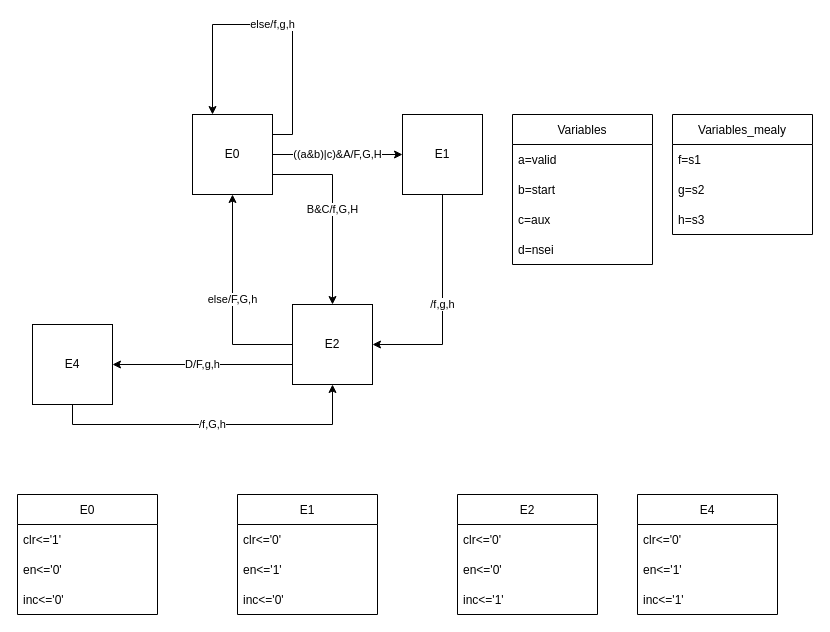
The draw.io diagram page "Page-3" (3 of 4) of Untitled Diagram.drawio in Chewilog/FSM_GEN, before the edit. Source tidied: cells renumbered, new cells numbered last; positions are measured from the earlier drawing's top-left corner, leaving out a move shared by most shapes. Both pictures are drawn from the tidied source at 100%, with x=0, y=0 at pixel (17, 24).
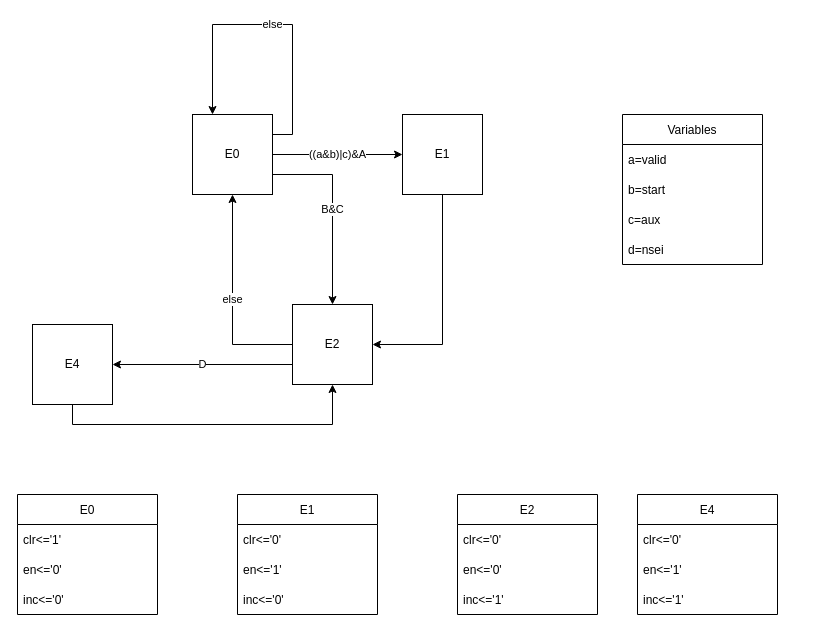
The same page after the edit.

The change refers to these unchanged cells:
```xml
<mxCell id="3" value="E0" style="whiteSpace=wrap;html=1;" parent="1" vertex="1">
  <mxGeometry x="175" y="90" width="80" height="80" as="geometry" />
</mxCell>
<mxCell id="5" value="E1" style="whiteSpace=wrap;html=1;" parent="1" vertex="1">
  <mxGeometry x="385" y="90" width="80" height="80" as="geometry" />
</mxCell>
<mxCell id="9" value="E2" style="whiteSpace=wrap;html=1;" parent="1" vertex="1">
  <mxGeometry x="275" y="280" width="80" height="80" as="geometry" />
</mxCell>
<mxCell id="28" value="E4" style="whiteSpace=wrap;html=1;" parent="1" vertex="1">
  <mxGeometry x="15" y="300" width="80" height="80" as="geometry" />
</mxCell>
```

Diff of the diagram source:
```diff
@@
-    <mxCell id="2" value="B&amp;amp;C/f,G,H" style="edgeStyle=orthogonalEdgeStyle;rounded=0;jettySize=auto;html=1;exitX=1;exitY=0.75;exitDx=0;exitDy=0;entryX=0.5;entryY=0;entryDx=0;entryDy=0;" parent="1" edge="1" source="3" target="9">
+    <mxCell id="2" value="B&amp;amp;C" style="edgeStyle=orthogonalEdgeStyle;rounded=0;jettySize=auto;html=1;exitX=1;exitY=0.75;exitDx=0;exitDy=0;entryX=0.5;entryY=0;entryDx=0;entryDy=0;" parent="1" edge="1" source="3" target="9">
       <mxGeometry relative="1" as="geometry" />
     </mxCell>
@@
-    <mxCell id="4" value="/f,g,h" style="edgeStyle=orthogonalEdgeStyle;rounded=0;jettySize=auto;html=1;exitX=0.5;exitY=1;exitDx=0;exitDy=0;entryX=1;entryY=0.5;entryDx=0;entryDy=0;" parent="1" edge="1" source="5" target="9">
+    <mxCell id="4" style="edgeStyle=orthogonalEdgeStyle;rounded=0;jettySize=auto;html=1;exitX=0.5;exitY=1;exitDx=0;exitDy=0;entryX=1;entryY=0.5;entryDx=0;entryDy=0;" parent="1" edge="1" source="5" target="9">
       <mxGeometry relative="1" as="geometry" />
     </mxCell>
@@
-    <mxCell id="6" value="((a&amp;amp;b)|c)&amp;amp;A/F,G,H" style="endArrow=classic;html=1;rounded=0;entryX=0;entryY=0.5;entryDx=0;entryDy=0;exitX=1;exitY=0.5;exitDx=0;exitDy=0;" parent="1" edge="1" source="3" target="5">
+    <mxCell id="6" value="((a&amp;amp;b)|c)&amp;amp;A" style="endArrow=classic;html=1;rounded=0;entryX=0;entryY=0.5;entryDx=0;entryDy=0;exitX=1;exitY=0.5;exitDx=0;exitDy=0;" parent="1" edge="1" source="3" target="5">
       <mxGeometry relative="1" as="geometry" />
     </mxCell>
-    <mxCell id="7" value="else/F,G,h" style="edgeStyle=orthogonalEdgeStyle;rounded=0;jettySize=auto;html=1;exitX=0;exitY=0.5;exitDx=0;exitDy=0;entryX=0.5;entryY=1;entryDx=0;entryDy=0;" parent="1" edge="1" source="9" target="3">
+    <mxCell id="7" value="else" style="edgeStyle=orthogonalEdgeStyle;rounded=0;jettySize=auto;html=1;exitX=0;exitY=0.5;exitDx=0;exitDy=0;entryX=0.5;entryY=1;entryDx=0;entryDy=0;" parent="1" edge="1" source="9" target="3">
       <mxGeometry relative="1" as="geometry">
         <Array as="points">
           <mxPoint x="215" y="320" />
         </Array>
       </mxGeometry>
     </mxCell>
-    <mxCell id="8" value="D/F,g,h" style="edgeStyle=orthogonalEdgeStyle;rounded=0;jettySize=auto;html=1;exitX=0;exitY=0.75;exitDx=0;exitDy=0;entryX=1;entryY=0.5;entryDx=0;entryDy=0;" parent="1" edge="1" source="9" target="28">
+    <mxCell id="8" value="D" style="edgeStyle=orthogonalEdgeStyle;rounded=0;jettySize=auto;html=1;exitX=0;exitY=0.75;exitDx=0;exitDy=0;entryX=1;entryY=0.5;entryDx=0;entryDy=0;" parent="1" edge="1" source="9" target="28">
       <mxGeometry relative="1" as="geometry" />
     </mxCell>
@@
     <mxCell id="10" value="Variables" style="swimlane;fontStyle=0;horizontal=1;startSize=30;" parent="1" vertex="1">
-      <mxGeometry x="495" y="90" width="140" height="150" as="geometry" />
+      <mxGeometry x="605" y="90" width="140" height="150" as="geometry" />
     </mxCell>
@@
-    <mxCell id="27" value="/f,G,h" style="edgeStyle=orthogonalEdgeStyle;rounded=0;jettySize=auto;html=1;exitX=0.5;exitY=1;exitDx=0;exitDy=0;entryX=0.5;entryY=1;entryDx=0;entryDy=0;" parent="1" edge="1" source="28" target="9">
+    <mxCell id="27" style="edgeStyle=orthogonalEdgeStyle;rounded=0;jettySize=auto;html=1;exitX=0.5;exitY=1;exitDx=0;exitDy=0;entryX=0.5;entryY=1;entryDx=0;entryDy=0;" parent="1" edge="1" source="28" target="9">
       <mxGeometry relative="1" as="geometry" />
     </mxCell>
@@
-    <mxCell id="33" value="else/f,g,h" style="edgeStyle=orthogonalEdgeStyle;rounded=0;orthogonalLoop=1;jettySize=auto;html=1;exitX=1;exitY=0.25;exitDx=0;exitDy=0;entryX=0.25;entryY=0;entryDx=0;entryDy=0;" parent="1" edge="1" source="3" target="3">
+    <mxCell id="33" value="else" style="edgeStyle=orthogonalEdgeStyle;rounded=0;orthogonalLoop=1;jettySize=auto;html=1;exitX=1;exitY=0.25;exitDx=0;exitDy=0;entryX=0.25;entryY=0;entryDx=0;entryDy=0;" parent="1" edge="1" source="3" target="3">
       <mxGeometry relative="1" as="geometry">
         <Array as="points">
           <mxPoint x="275" y="110" />
           <mxPoint x="275" />
           <mxPoint x="195" />
         </Array>
       </mxGeometry>
     </mxCell>
-    <mxCell id="34" value="Variables_mealy" style="swimlane;fontStyle=0;horizontal=1;startSize=30;" parent="1" vertex="1">
-      <mxGeometry x="655" y="90" width="140" height="120" as="geometry" />
-    </mxCell>
-    <mxCell id="35" value="f=s1" style="text;strokeColor=none;fillColor=none;align=left;verticalAlign=middle;spacingLeft=4;spacingRight=4;overflow=hidden;" parent="34" vertex="1">
-      <mxGeometry y="30" width="140" height="30" as="geometry" />
-    </mxCell>
-    <mxCell id="36" value="g=s2" style="text;strokeColor=none;fillColor=none;align=left;verticalAlign=middle;spacingLeft=4;spacingRight=4;overflow=hidden;" parent="34" vertex="1">
-      <mxGeometry y="60" width="140" height="30" as="geometry" />
-    </mxCell>
-    <mxCell id="37" value="h=s3" style="text;strokeColor=none;fillColor=none;align=left;verticalAlign=middle;spacingLeft=4;spacingRight=4;overflow=hidden;" parent="34" vertex="1">
-      <mxGeometry y="90" width="140" height="30" as="geometry" />
-    </mxCell>
```
